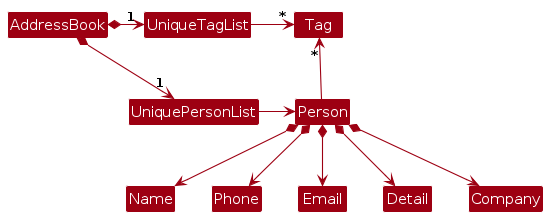
Before: diagrams/BetterModelClassDiagram.png, a diagram exported from PlantUML (AY2526S1-CS2103T-F11-4/tp). Its source is kept beside it as diagrams/BetterModelClassDiagram.puml.
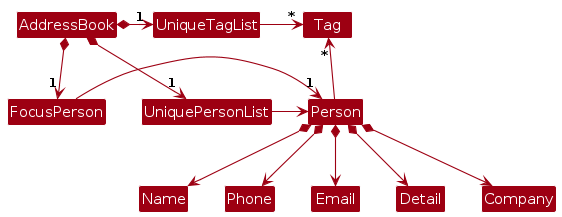
Later version of the same file.

What changed in the source:
```diff
@@ -5,12 +5,15 @@
 skinparam classBackgroundColor MODEL_COLOR
 
 AddressBook *-right-> "1" UniquePersonList
+AddressBook *-right-> "1" FocusPerson
 AddressBook *-right-> "1" UniqueTagList
 UniqueTagList -[hidden]down- UniquePersonList
 UniqueTagList -[hidden]down- UniquePersonList
 
 UniqueTagList -right-> "*" Tag
 UniquePersonList -right-> Person
+UniquePersonList -[hidden]left-> FocusPerson
+FocusPerson -right-> "1" Person
 
 Person -up-> "*" Tag
 
```
